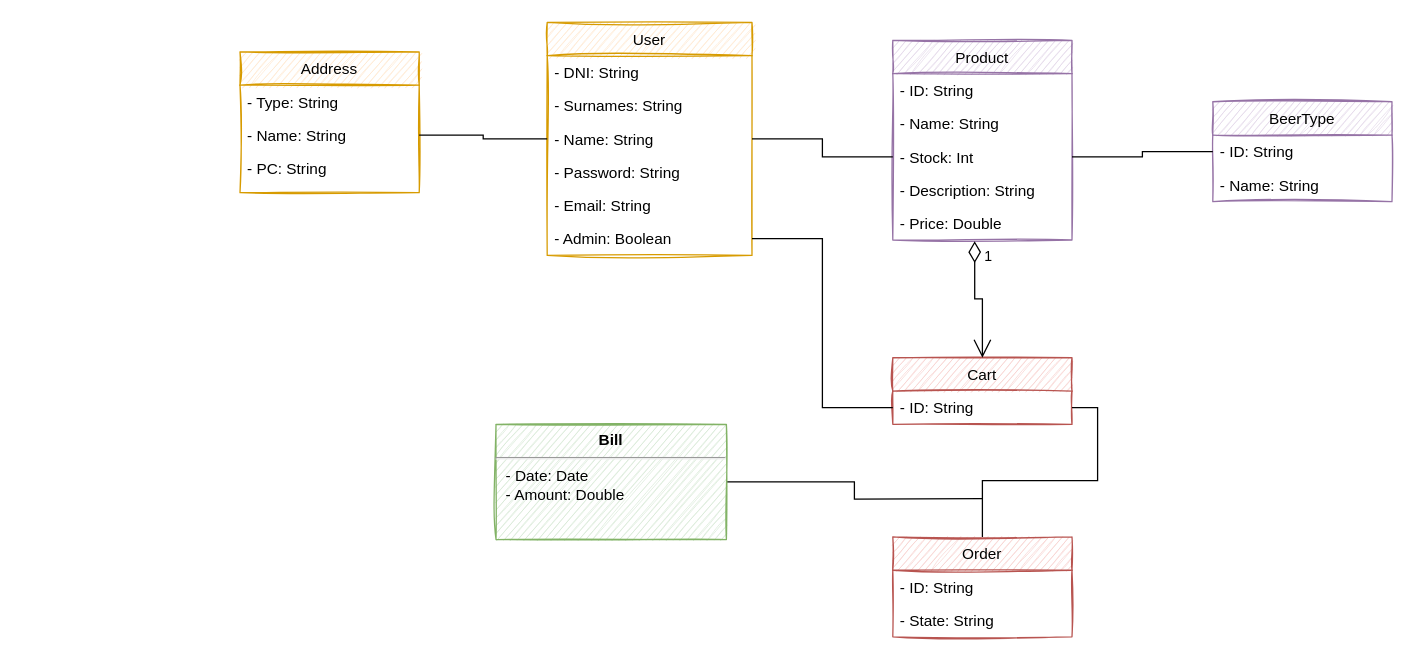
Before: _documentacion/diagrama.drawio in JosueGarciaAsensi/DSS, a draw.io diagram. Source tidied: cells renumbered, new cells numbered last; positions are measured from the earlier drawing's top-left corner, leaving out a move shared by most shapes. Both pictures are drawn from the tidied source at 128%, with x=0, y=0 at pixel (239, 22).
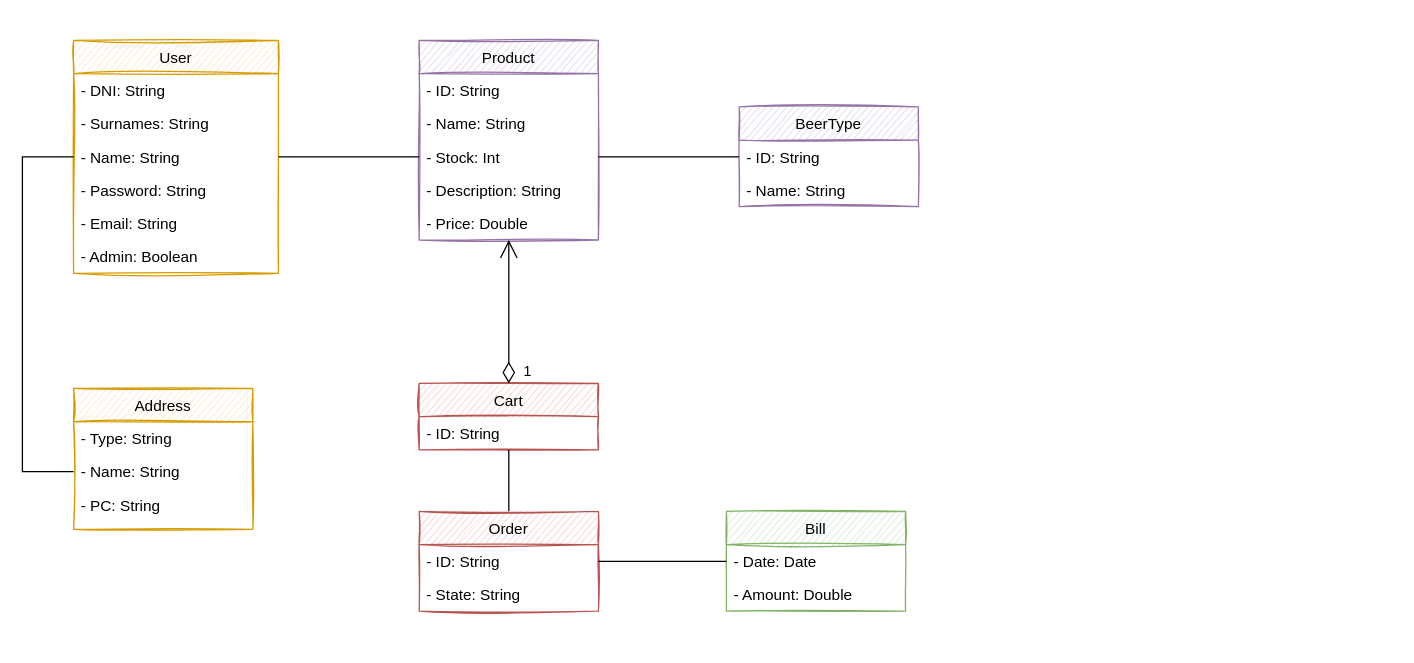
After the change.

Commit message (it also covers changes not shown here):
Relaciones arregladas

Unchanged cells that the change refers to:
```xml
<mxCell id="5" value="- Name: String" style="text;align=left;verticalAlign=top;spacingLeft=4;spacingRight=4;overflow=hidden;points=[[0,0.5],[1,0.5]];portConstraint=eastwest;rounded=0;shadow=0;html=0;" parent="2" vertex="1">
  <mxGeometry y="78" width="160" height="26" as="geometry" />
</mxCell>
<mxCell id="8" value="- Admin: Boolean" style="text;align=left;verticalAlign=top;spacingLeft=4;spacingRight=4;overflow=hidden;points=[[0,0.5],[1,0.5]];portConstraint=eastwest;rounded=0;shadow=0;html=0;" parent="2" vertex="1">
  <mxGeometry y="156" width="160" height="26" as="geometry" />
</mxCell>
<mxCell id="11" value="- Name: String" style="text;strokeColor=none;fillColor=none;align=left;verticalAlign=top;spacingLeft=4;spacingRight=4;overflow=hidden;points=[[0,0.5],[1,0.5]];portConstraint=eastwest;" parent="9" vertex="1">
  <mxGeometry y="52" width="140" height="26" as="geometry" />
</mxCell>
<mxCell id="16" value="- Stock: Int" style="text;strokeColor=none;fillColor=none;align=left;verticalAlign=top;spacingLeft=4;spacingRight=4;overflow=hidden;points=[[0,0.5],[1,0.5]];portConstraint=eastwest;" parent="13" vertex="1">
  <mxGeometry y="78" width="140" height="26" as="geometry" />
</mxCell>
<mxCell id="18" value="- Price: Double" style="text;strokeColor=none;fillColor=none;align=left;verticalAlign=top;spacingLeft=4;spacingRight=4;overflow=hidden;points=[[0,0.5],[1,0.5]];portConstraint=eastwest;" parent="13" vertex="1">
  <mxGeometry y="130" width="140" height="26" as="geometry" />
</mxCell>
<mxCell id="20" value="- ID: String" style="text;strokeColor=none;fillColor=none;align=left;verticalAlign=top;spacingLeft=4;spacingRight=4;overflow=hidden;points=[[0,0.5],[1,0.5]];portConstraint=eastwest;" parent="19" vertex="1">
  <mxGeometry y="26" width="140" height="26" as="geometry" />
</mxCell>
<mxCell id="24" value="- ID: String" style="text;strokeColor=none;fillColor=none;align=left;verticalAlign=top;spacingLeft=4;spacingRight=4;overflow=hidden;points=[[0,0.5],[1,0.5]];portConstraint=eastwest;" parent="23" vertex="1">
  <mxGeometry y="26" width="140" height="26" as="geometry" />
</mxCell>
<mxCell id="30" value="- ID: String" style="text;strokeColor=none;fillColor=none;align=left;verticalAlign=top;spacingLeft=4;spacingRight=4;overflow=hidden;points=[[0,0.5],[1,0.5]];portConstraint=eastwest;" parent="29" vertex="1">
  <mxGeometry y="26" width="140" height="26" as="geometry" />
</mxCell>
```

The edit, as a diff of the source:
```diff
@@
     <mxCell id="2" value="User" style="swimlane;fontStyle=0;align=center;verticalAlign=top;horizontal=1;startSize=26;rounded=0;shadow=0;strokeWidth=1;fillColor=#ffe6cc;strokeColor=#d79b00;sketch=1;" parent="1" vertex="1">
-      <mxGeometry x="240" width="160" height="182" as="geometry" />
+      <mxGeometry x="-130" y="14" width="160" height="182" as="geometry" />
     </mxCell>
@@
     <mxCell id="9" value="Address" style="swimlane;fontStyle=0;horizontal=1;startSize=26;fillColor=#ffe6cc;strokeColor=#d79b00;sketch=1;" parent="1" vertex="1">
-      <mxGeometry y="23" width="140" height="110" as="geometry" />
+      <mxGeometry x="-130" y="286" width="140" height="110" as="geometry" />
     </mxCell>
@@
     <mxCell id="13" value="Product" style="swimlane;fontStyle=0;horizontal=1;startSize=26;fillColor=#e1d5e7;strokeColor=#9673a6;sketch=1;" parent="1" vertex="1">
-      <mxGeometry x="510" y="14" width="140" height="156" as="geometry" />
+      <mxGeometry x="140" y="14" width="140" height="156" as="geometry" />
     </mxCell>
@@
     <mxCell id="19" value="BeerType" style="swimlane;fontStyle=0;horizontal=1;startSize=26;fillColor=#e1d5e7;strokeColor=#9673a6;sketch=1;" parent="1" vertex="1">
-      <mxGeometry x="760" y="62" width="140" height="78" as="geometry" />
+      <mxGeometry x="390" y="66" width="140" height="78" as="geometry" />
     </mxCell>
@@
-    <mxCell id="22" style="edgeStyle=orthogonalEdgeStyle;rounded=0;jettySize=auto;html=1;exitX=0;exitY=0.5;exitDx=0;exitDy=0;entryX=1;entryY=0.5;entryDx=0;entryDy=0;endArrow=none;endFill=0;" parent="1" edge="1" source="20" target="16">
-      <mxGeometry relative="1" as="geometry" />
-    </mxCell>
     <mxCell id="23" value="Cart" style="swimlane;fontStyle=0;horizontal=1;startSize=26;fillColor=#f8cecc;strokeColor=#b85450;sketch=1;" parent="1" vertex="1">
-      <mxGeometry x="510" y="262" width="140" height="52" as="geometry" />
+      <mxGeometry x="140" y="282" width="140" height="52" as="geometry" />
     </mxCell>
@@
-    <mxCell id="25" value="1" style="endArrow=open;html=1;endSize=12;startArrow=diamondThin;startSize=14;startFill=0;edgeStyle=orthogonalEdgeStyle;align=left;verticalAlign=bottom;rounded=0;exitX=0.457;exitY=1.038;exitDx=0;exitDy=0;exitPerimeter=0;entryX=0.5;entryY=0;entryDx=0;entryDy=0;" parent="1" edge="1" source="18" target="23">
-      <mxGeometry x="-0.57" y="6" relative="1" as="geometry">
-        <Array as="points">
-          <mxPoint x="574" y="216" />
-          <mxPoint x="580" y="216" />
-        </Array>
-      </mxGeometry>
-    </mxCell>
-    <mxCell id="26" style="edgeStyle=orthogonalEdgeStyle;rounded=0;jettySize=auto;html=1;exitX=1;exitY=0.5;exitDx=0;exitDy=0;endArrow=none;endFill=0;" parent="1" edge="1" source="27">
-      <mxGeometry relative="1" as="geometry">
-        <mxPoint x="580" y="372" as="targetPoint" />
-      </mxGeometry>
-    </mxCell>
-    <mxCell id="27" value="&lt;p style=&quot;margin: 0px ; margin-top: 6px ; text-align: center&quot;&gt;&lt;b&gt;Bill&lt;/b&gt;&lt;/p&gt;&lt;hr&gt;&lt;p style=&quot;margin: 0px ; margin-left: 8px&quot;&gt;- Date: Date&lt;br&gt;- Amount: Double&lt;/p&gt;" style="align=left;overflow=fill;html=1;fillColor=#d5e8d4;strokeColor=#82b366;sketch=1;" parent="1" vertex="1">
-      <mxGeometry x="200" y="314" width="180" height="90" as="geometry" />
-    </mxCell>
-    <mxCell id="28" style="edgeStyle=orthogonalEdgeStyle;rounded=0;jettySize=auto;html=1;exitX=0.5;exitY=0;exitDx=0;exitDy=0;entryX=1;entryY=0.5;entryDx=0;entryDy=0;endArrow=none;endFill=0;" parent="1" edge="1" source="29" target="24">
-      <mxGeometry relative="1" as="geometry" />
-    </mxCell>
+    <mxCell id="35" style="edgeStyle=orthogonalEdgeStyle;rounded=0;jettySize=auto;html=1;exitX=0.5;exitY=0;exitDx=0;exitDy=0;endArrow=none;endFill=0;" parent="1" edge="1" source="29" target="23">
+      <mxGeometry relative="1" as="geometry" />
+    </mxCell>
     <mxCell id="29" value="Order" style="swimlane;fontStyle=0;horizontal=1;startSize=26;fillColor=#f8cecc;strokeColor=#b85450;sketch=1;" parent="1" vertex="1">
-      <mxGeometry x="510" y="402" width="140" height="78" as="geometry" />
+      <mxGeometry x="140" y="382" width="140" height="78" as="geometry" />
     </mxCell>
@@
+    <mxCell id="36" value="Bill" style="swimlane;fontStyle=0;horizontal=1;startSize=26;fillColor=#d5e8d4;strokeColor=#82b366;sketch=1;" parent="1" vertex="1">
+      <mxGeometry x="380" y="382" width="140" height="78" as="geometry" />
+    </mxCell>
+    <mxCell id="37" value="- Date: Date" style="text;strokeColor=none;fillColor=none;align=left;verticalAlign=top;spacingLeft=4;spacingRight=4;overflow=hidden;points=[[0,0.5],[1,0.5]];portConstraint=eastwest;" parent="36" vertex="1">
+      <mxGeometry y="26" width="140" height="26" as="geometry" />
+    </mxCell>
+    <mxCell id="38" value="- Amount: Double" style="text;strokeColor=none;fillColor=none;align=left;verticalAlign=top;spacingLeft=4;spacingRight=4;overflow=hidden;" parent="36" vertex="1">
+      <mxGeometry y="52" width="140" height="26" as="geometry" />
+    </mxCell>
@@
-    <mxCell id="33" style="edgeStyle=orthogonalEdgeStyle;rounded=0;jettySize=auto;html=1;exitX=1;exitY=0.5;exitDx=0;exitDy=0;entryX=0;entryY=0.5;entryDx=0;entryDy=0;endArrow=none;endFill=0;" parent="1" edge="1" source="11" target="5">
-      <mxGeometry relative="1" as="geometry" />
-    </mxCell>
-    <mxCell id="34" style="edgeStyle=orthogonalEdgeStyle;rounded=0;jettySize=auto;html=1;exitX=0;exitY=0.5;exitDx=0;exitDy=0;entryX=1;entryY=0.5;entryDx=0;entryDy=0;endArrow=none;endFill=0;" parent="1" edge="1" source="24" target="8">
-      <mxGeometry relative="1" as="geometry" />
-    </mxCell>
+    <mxCell id="39" style="edgeStyle=orthogonalEdgeStyle;rounded=0;jettySize=auto;html=1;exitX=0;exitY=0.5;exitDx=0;exitDy=0;entryX=0;entryY=0.5;entryDx=0;entryDy=0;endArrow=none;endFill=0;" parent="1" edge="1" source="5" target="11">
+      <mxGeometry relative="1" as="geometry">
+        <Array as="points">
+          <mxPoint x="-170" y="105" />
+          <mxPoint x="-170" y="351" />
+        </Array>
+      </mxGeometry>
+    </mxCell>
+    <mxCell id="40" style="edgeStyle=orthogonalEdgeStyle;rounded=0;jettySize=auto;html=1;exitX=1;exitY=0.5;exitDx=0;exitDy=0;endArrow=none;endFill=0;entryX=0;entryY=0.5;entryDx=0;entryDy=0;" parent="1" edge="1" source="16" target="20">
+      <mxGeometry relative="1" as="geometry" />
+    </mxCell>
+    <mxCell id="25" value="1" style="endArrow=open;html=1;endSize=12;startArrow=diamondThin;startSize=14;startFill=0;edgeStyle=orthogonalEdgeStyle;align=left;verticalAlign=bottom;rounded=0;exitX=0.5;exitY=0;exitDx=0;exitDy=0;" parent="1" edge="1" source="23" target="13">
+      <mxGeometry x="-1" y="-10" relative="1" as="geometry" />
+    </mxCell>
+    <mxCell id="41" style="edgeStyle=orthogonalEdgeStyle;rounded=0;jettySize=auto;html=1;exitX=1;exitY=0.5;exitDx=0;exitDy=0;entryX=0;entryY=0.5;entryDx=0;entryDy=0;endArrow=none;endFill=0;" parent="1" edge="1" source="30" target="37">
+      <mxGeometry relative="1" as="geometry" />
+    </mxCell>
```
